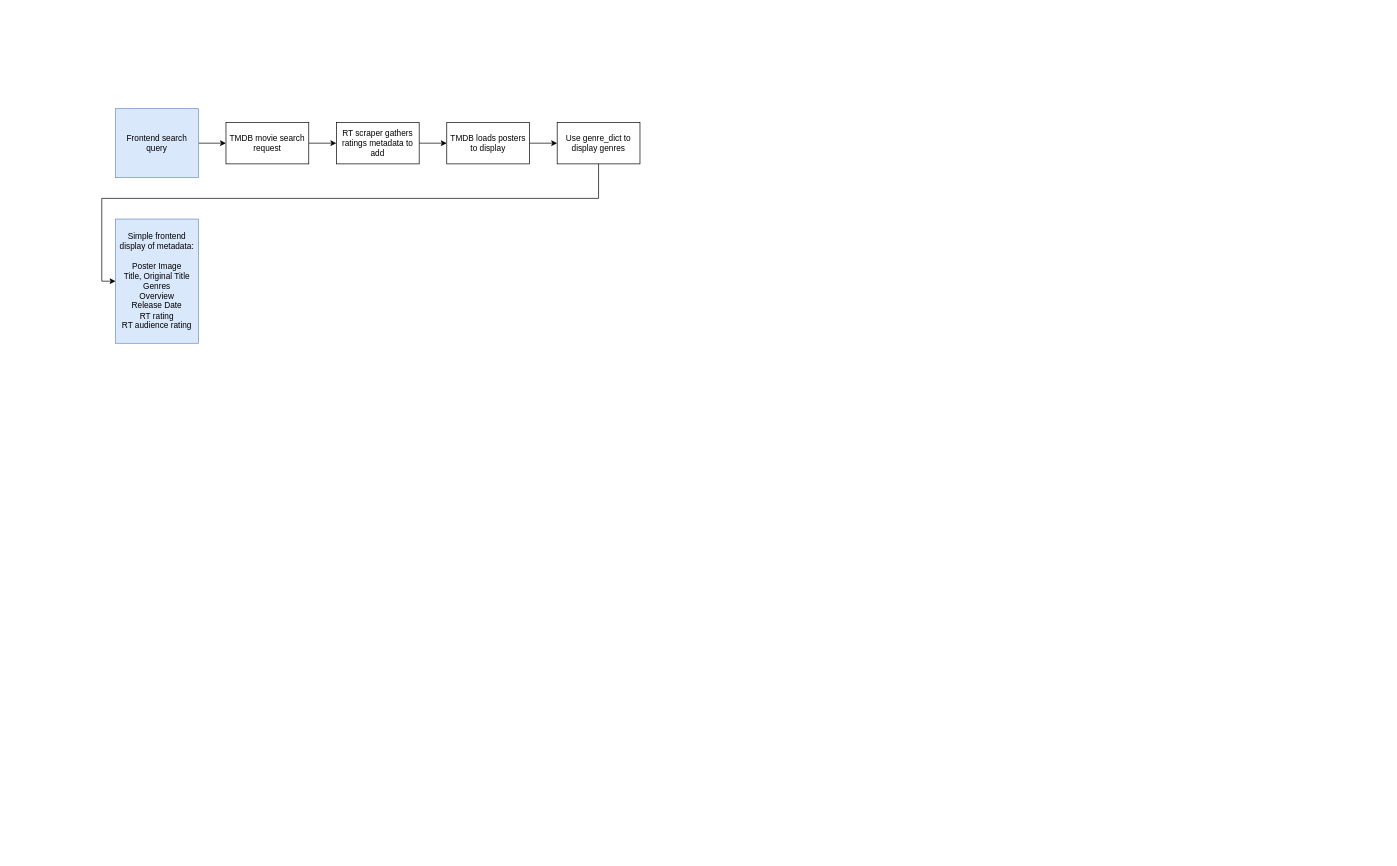
Earlier version of the draw.io diagram diagram.drawio (Herctic/movie-list). Source tidied: cells renumbered, new cells numbered last; positions are measured from the earlier drawing's top-left corner, leaving out a move shared by most shapes. Both pictures are drawn from the tidied source at 69%, with x=0, y=0 at pixel (101, 108).
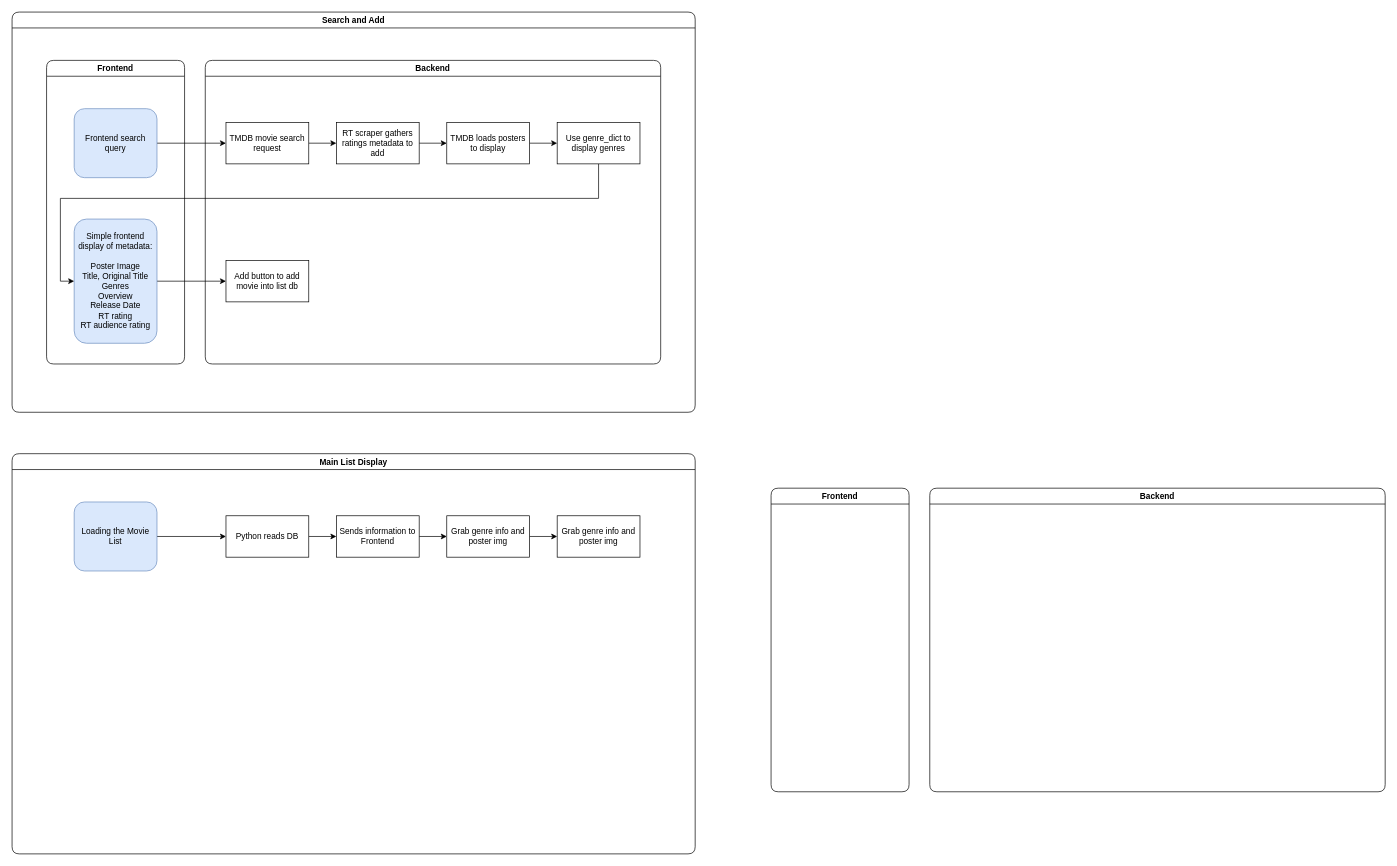
The same page after the edit.

Unchanged cells that the change refers to:
```xml
<mxCell id="12" value="Use genre_dict to display genres" style="rounded=0;whiteSpace=wrap;html=1;" parent="1" vertex="1">
  <mxGeometry x="660" y="20" width="120" height="60" as="geometry" />
</mxCell>
```

Diff of the diagram source:
```diff
@@
-    <mxCell id="3" value="Frontend search query" style="rounded=0;whiteSpace=wrap;html=1;fillColor=#dae8fc;strokeColor=#6c8ebf;" parent="1" vertex="1">
-      <mxGeometry x="20" width="120" height="100" as="geometry" />
+    <mxCell id="3" value="Frontend search query" style="rounded=1;whiteSpace=wrap;html=1;fillColor=#dae8fc;strokeColor=#6c8ebf;" parent="1" vertex="1">
+      <mxGeometry x="-40" width="120" height="100" as="geometry" />
     </mxCell>
@@
+    <mxCell id="13" style="edgeStyle=orthogonalEdgeStyle;rounded=0;jettySize=auto;html=1;entryX=0;entryY=0.5;entryDx=0;entryDy=0;" parent="1" edge="1" source="10" target="16">
+      <mxGeometry relative="1" as="geometry" />
+    </mxCell>
-    <mxCell id="10" value="Simple frontend display of metadata:&lt;br&gt;&lt;br&gt;Poster Image&lt;br&gt;&lt;span&gt;Title, Original Title&lt;br&gt;&lt;/span&gt;Genres&lt;br&gt;Overview&lt;br&gt;Release Date&lt;br&gt;RT rating&lt;br&gt;RT audience rating" style="rounded=0;whiteSpace=wrap;html=1;fillColor=#dae8fc;strokeColor=#6c8ebf;" parent="1" vertex="1">
-      <mxGeometry x="20" y="160" width="120" height="180" as="geometry" />
+    <mxCell id="10" value="Simple frontend display of metadata:&lt;br&gt;&lt;br&gt;Poster Image&lt;br&gt;&lt;span&gt;Title, Original Title&lt;br&gt;&lt;/span&gt;Genres&lt;br&gt;Overview&lt;br&gt;Release Date&lt;br&gt;RT rating&lt;br&gt;RT audience rating" style="rounded=1;whiteSpace=wrap;html=1;fillColor=#dae8fc;strokeColor=#6c8ebf;" parent="1" vertex="1">
+      <mxGeometry x="-40" y="160" width="120" height="180" as="geometry" />
     </mxCell>
     <mxCell id="11" style="edgeStyle=orthogonalEdgeStyle;rounded=0;jettySize=auto;html=1;entryX=0;entryY=0.5;entryDx=0;entryDy=0;" parent="1" edge="1" source="12" target="10">
       <mxGeometry relative="1" as="geometry">
         <Array as="points">
           <mxPoint x="720" y="130" />
-          <mxPoint y="130" />
-          <mxPoint y="250" />
+          <mxPoint x="-60" y="130" />
+          <mxPoint x="-60" y="250" />
         </Array>
       </mxGeometry>
     </mxCell>
@@
+    <mxCell id="14" value="Frontend" style="swimlane;rounded=1;" parent="1" vertex="1">
+      <mxGeometry x="-80" y="-70" width="200" height="440" as="geometry" />
+    </mxCell>
+    <mxCell id="15" value="Backend" style="swimlane;rounded=1;" parent="1" vertex="1">
+      <mxGeometry x="150" y="-70" width="660" height="440" as="geometry" />
+    </mxCell>
+    <mxCell id="16" value="Add button to add movie into list db" style="rounded=0;whiteSpace=wrap;html=1;" parent="15" vertex="1">
+      <mxGeometry x="30" y="290" width="120" height="60" as="geometry" />
+    </mxCell>
+    <mxCell id="17" value="Backend" style="swimlane;rounded=1;" parent="1" vertex="1">
+      <mxGeometry x="1200" y="550" width="660" height="440" as="geometry" />
+    </mxCell>
+    <mxCell id="18" value="Frontend" style="swimlane;rounded=1;" parent="1" vertex="1">
+      <mxGeometry x="970" y="550" width="200" height="440" as="geometry" />
+    </mxCell>
+    <mxCell id="19" value="Search and Add" style="swimlane;rounded=1;" parent="1" vertex="1">
+      <mxGeometry x="-130" y="-140" width="990" height="580" as="geometry" />
+    </mxCell>
+    <mxCell id="20" value="Main List Display" style="swimlane;rounded=1;" parent="1" vertex="1">
+      <mxGeometry x="-130" y="500" width="990" height="580" as="geometry" />
+    </mxCell>
+    <mxCell id="21" style="edgeStyle=orthogonalEdgeStyle;rounded=0;jettySize=auto;html=1;" parent="20" edge="1" source="22" target="24">
+      <mxGeometry relative="1" as="geometry" />
+    </mxCell>
+    <mxCell id="22" value="Loading the Movie List" style="rounded=1;whiteSpace=wrap;html=1;fillColor=#dae8fc;strokeColor=#6c8ebf;" parent="20" vertex="1">
+      <mxGeometry x="90" y="70" width="120" height="100" as="geometry" />
+    </mxCell>
+    <mxCell id="23" style="edgeStyle=orthogonalEdgeStyle;rounded=0;jettySize=auto;html=1;entryX=0;entryY=0.5;entryDx=0;entryDy=0;" parent="20" edge="1" source="24" target="26">
+      <mxGeometry relative="1" as="geometry" />
+    </mxCell>
+    <mxCell id="24" value="Python reads DB" style="rounded=0;whiteSpace=wrap;html=1;" parent="20" vertex="1">
+      <mxGeometry x="310" y="90" width="120" height="60" as="geometry" />
+    </mxCell>
+    <mxCell id="25" style="edgeStyle=orthogonalEdgeStyle;rounded=0;jettySize=auto;html=1;" parent="20" edge="1" source="26" target="28">
+      <mxGeometry relative="1" as="geometry" />
+    </mxCell>
+    <mxCell id="26" value="Sends information to Frontend" style="rounded=0;whiteSpace=wrap;html=1;" parent="20" vertex="1">
+      <mxGeometry x="470" y="90" width="120" height="60" as="geometry" />
+    </mxCell>
+    <mxCell id="27" style="edgeStyle=orthogonalEdgeStyle;rounded=0;jettySize=auto;html=1;entryX=0;entryY=0.5;entryDx=0;entryDy=0;" parent="20" edge="1" source="28" target="29">
+      <mxGeometry relative="1" as="geometry" />
+    </mxCell>
+    <mxCell id="28" value="Grab genre info and poster img" style="rounded=0;whiteSpace=wrap;html=1;" parent="20" vertex="1">
+      <mxGeometry x="630" y="90" width="120" height="60" as="geometry" />
+    </mxCell>
+    <mxCell id="29" value="Grab genre info and poster img" style="rounded=0;whiteSpace=wrap;html=1;" parent="20" vertex="1">
+      <mxGeometry x="790" y="90" width="120" height="60" as="geometry" />
+    </mxCell>
```
